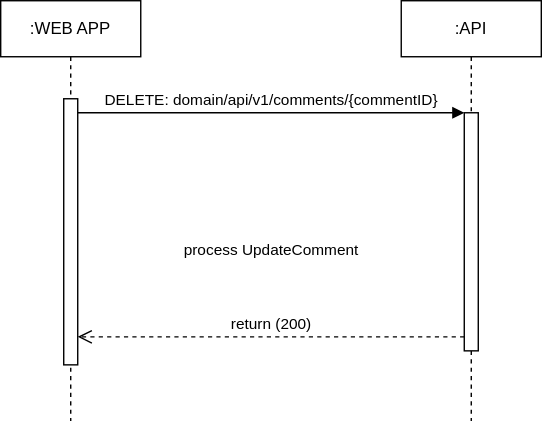
Above: image/systemdiagram_sequenzdiagram/DeleteComment.svg in StudyConnect-ZHAW/StudyConnect (draw.io), before the change. Source tidied: cells renumbered, new cells last; positions are measured from the earlier drawing's top-left corner, leaving out a move shared by most shapes. The source it was exported from:
```xml
<mxGraphModel>
  <root>
    <mxCell id="0" />
    <mxCell id="1" parent="0" />
    <mxCell id="2" value=":WEB APP" style="shape=umlLifeline;perimeter=lifelinePerimeter;whiteSpace=wrap;html=1;newEdgeStyle={&quot;edgeStyle&quot;:&quot;elbowEdgeStyle&quot;,&quot;elbow&quot;:&quot;vertical&quot;,&quot;curved&quot;:0,&quot;rounded&quot;:0};" parent="1" vertex="1">
      <mxGeometry width="100" height="300" as="geometry" />
    </mxCell>
    <mxCell id="3" style="html=1;points=[];perimeter=orthogonalPerimeter;outlineConnect=0;targetShapes=umlLifeline;portConstraint=eastwest;newEdgeStyle={&quot;edgeStyle&quot;:&quot;elbowEdgeStyle&quot;,&quot;elbow&quot;:&quot;vertical&quot;,&quot;curved&quot;:0,&quot;rounded&quot;:0};" parent="2" vertex="1">
      <mxGeometry x="45" y="70" width="10" height="190" as="geometry" />
    </mxCell>
    <mxCell id="4" value=":API" style="shape=umlLifeline;perimeter=lifelinePerimeter;whiteSpace=wrap;html=1;newEdgeStyle={&quot;edgeStyle&quot;:&quot;elbowEdgeStyle&quot;,&quot;elbow&quot;:&quot;vertical&quot;,&quot;curved&quot;:0,&quot;rounded&quot;:0};" parent="1" vertex="1">
      <mxGeometry x="286" width="100" height="300" as="geometry" />
    </mxCell>
    <mxCell id="5" style="html=1;points=[];perimeter=orthogonalPerimeter;outlineConnect=0;targetShapes=umlLifeline;portConstraint=eastwest;newEdgeStyle={&quot;edgeStyle&quot;:&quot;elbowEdgeStyle&quot;,&quot;elbow&quot;:&quot;vertical&quot;,&quot;curved&quot;:0,&quot;rounded&quot;:0};" parent="4" vertex="1">
      <mxGeometry x="45" y="80" width="10" height="170" as="geometry" />
    </mxCell>
    <mxCell id="6" value="DELETE: domain/api/v1/comments/{commentID}" style="html=1;verticalAlign=bottom;endArrow=block;edgeStyle=elbowEdgeStyle;elbow=horizontal;curved=0;rounded=0;" parent="1" edge="1" source="3" target="5">
      <mxGeometry relative="1" as="geometry">
        <Array as="points">
          <mxPoint x="141" y="80" />
        </Array>
      </mxGeometry>
    </mxCell>
    <mxCell id="7" value="&lt;div&gt;process UpdateComment&lt;/div&gt;&lt;div&gt;&lt;br&gt;&lt;/div&gt;&lt;div&gt;&lt;br&gt;&lt;/div&gt;&lt;div&gt;&lt;br&gt;&lt;/div&gt;return (200)" style="html=1;verticalAlign=bottom;endArrow=open;dashed=1;endSize=8;edgeStyle=elbowEdgeStyle;elbow=vertical;curved=0;rounded=0;" parent="1" edge="1" source="5" target="3">
      <mxGeometry relative="1" as="geometry">
        <Array as="points">
          <mxPoint x="151" y="240" />
        </Array>
      </mxGeometry>
    </mxCell>
  </root>
</mxGraphModel>
```
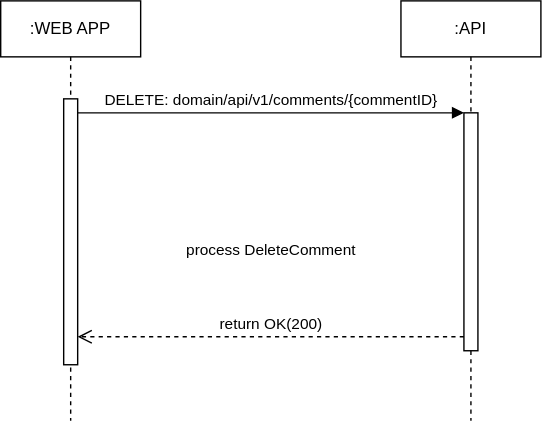
Above is the later version.

Diff of the diagram source:
```diff
@@ -21,7 +21,7 @@
         </Array>
       </mxGeometry>
     </mxCell>
-    <mxCell id="7" value="&lt;div&gt;process UpdateComment&lt;/div&gt;&lt;div&gt;&lt;br&gt;&lt;/div&gt;&lt;div&gt;&lt;br&gt;&lt;/div&gt;&lt;div&gt;&lt;br&gt;&lt;/div&gt;return (200)" style="html=1;verticalAlign=bottom;endArrow=open;dashed=1;endSize=8;edgeStyle=elbowEdgeStyle;elbow=vertical;curved=0;rounded=0;" parent="1" edge="1" source="5" target="3">
+    <mxCell id="7" value="&lt;div&gt;process DeleteComment&lt;/div&gt;&lt;div&gt;&lt;br&gt;&lt;/div&gt;&lt;div&gt;&lt;br&gt;&lt;/div&gt;&lt;div&gt;&lt;br&gt;&lt;/div&gt;return OK(200)" style="html=1;verticalAlign=bottom;endArrow=open;dashed=1;endSize=8;edgeStyle=elbowEdgeStyle;elbow=vertical;curved=0;rounded=0;" parent="1" edge="1" source="5" target="3">
       <mxGeometry relative="1" as="geometry">
         <Array as="points">
           <mxPoint x="151" y="240" />
```
